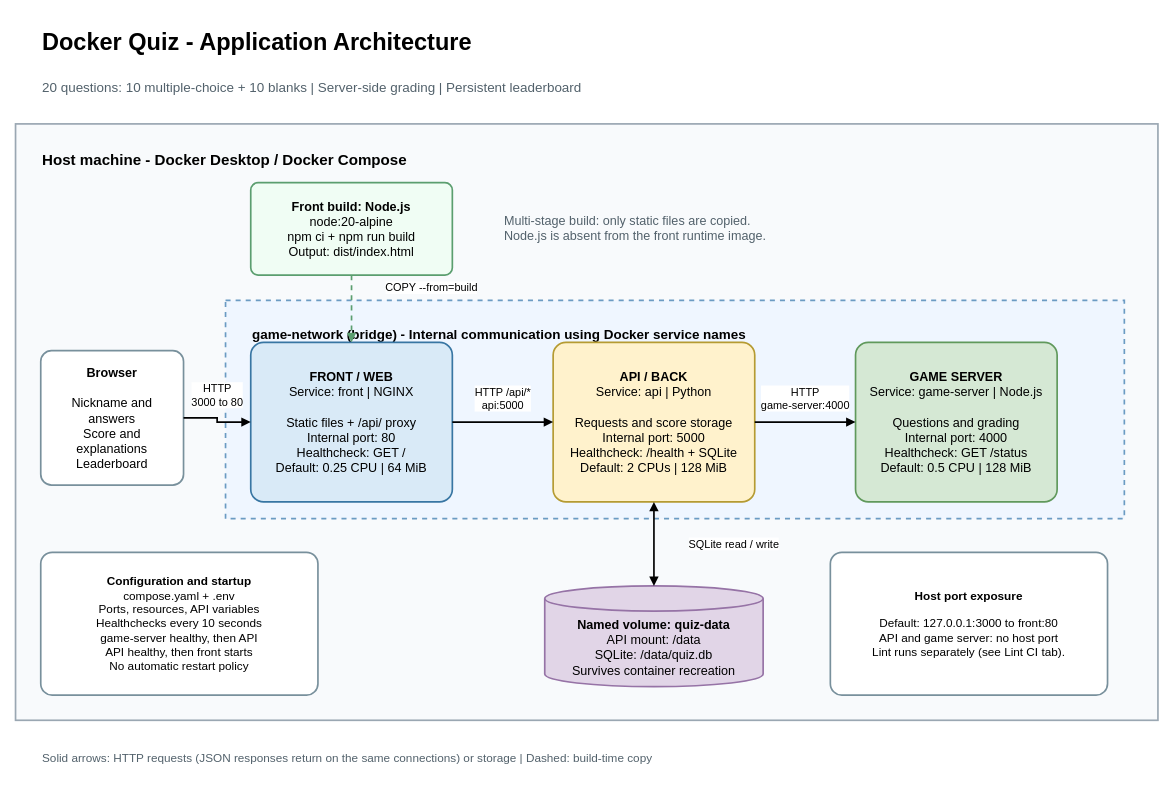
Above: page "Application" (1 of 3) of docs/architecture.drawio in Sweexou/Dev-Docker (draw.io), before the change. Source tidied: cells renumbered, new cells numbered last; positions are measured from the earlier drawing's top-left corner, leaving out a move shared by most shapes. Both pictures are drawn from the tidied source at 84%, with x=0, y=0 at pixel (15, 14).
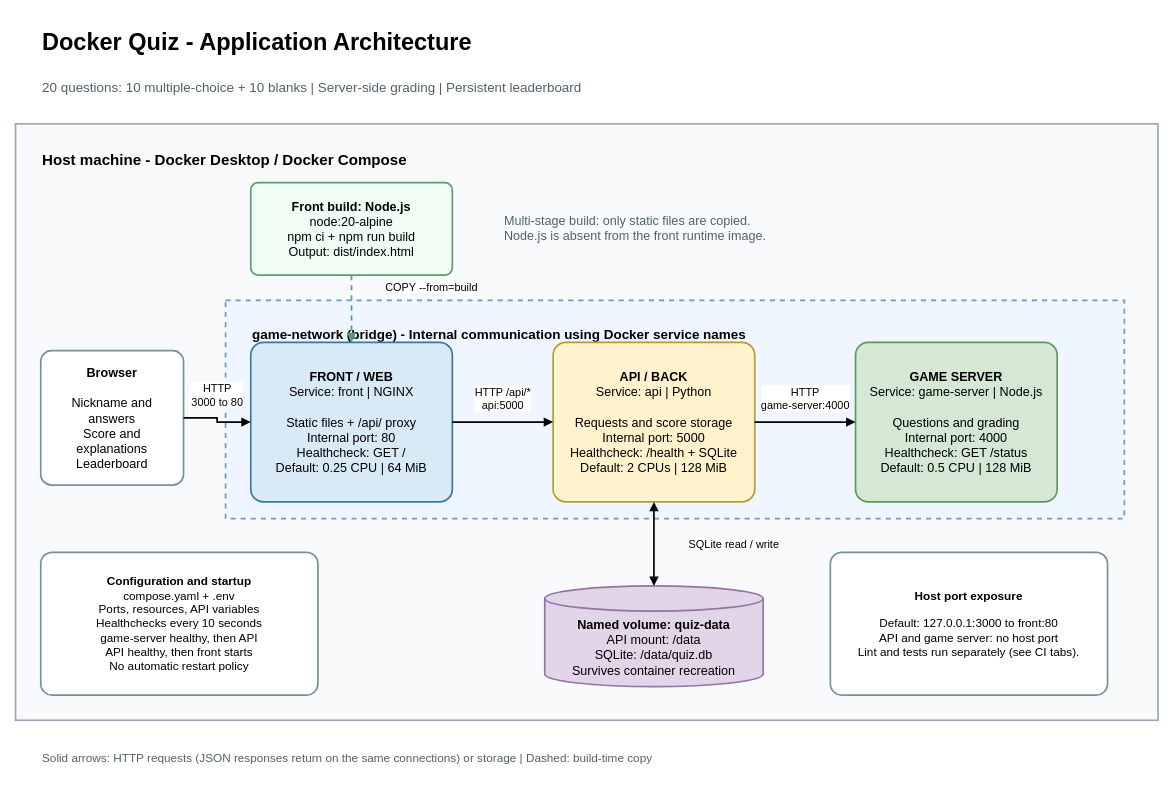
After the change.

Change to the diagram source:
```diff
@@
-    <mxCell id="14" value="&lt;b&gt;Host port exposure&lt;/b&gt;&lt;br&gt;&lt;br&gt;Default: 127.0.0.1:3000 to front:80&lt;br&gt;API and game server: no host port&lt;br&gt;Lint runs separately (see Lint CI tab)." style="whiteSpace=wrap;html=1;strokeWidth=2;fontSize=15;spacing=12;rounded=1;arcSize=8;fillColor=#FFFFFF;strokeColor=#78909C;fontSize=14;" parent="1" vertex="1">
+    <mxCell id="14" value="&lt;b&gt;Host port exposure&lt;/b&gt;&lt;br&gt;&lt;br&gt;Default: 127.0.0.1:3000 to front:80&lt;br&gt;API and game server: no host port&lt;br&gt;Lint and tests run separately (see CI tabs)." style="whiteSpace=wrap;html=1;strokeWidth=2;fontSize=15;spacing=12;rounded=1;arcSize=8;fillColor=#FFFFFF;strokeColor=#78909C;fontSize=14;" parent="1" vertex="1">
       <mxGeometry x="970" y="640" width="330" height="170" as="geometry" />
     </mxCell>
```
